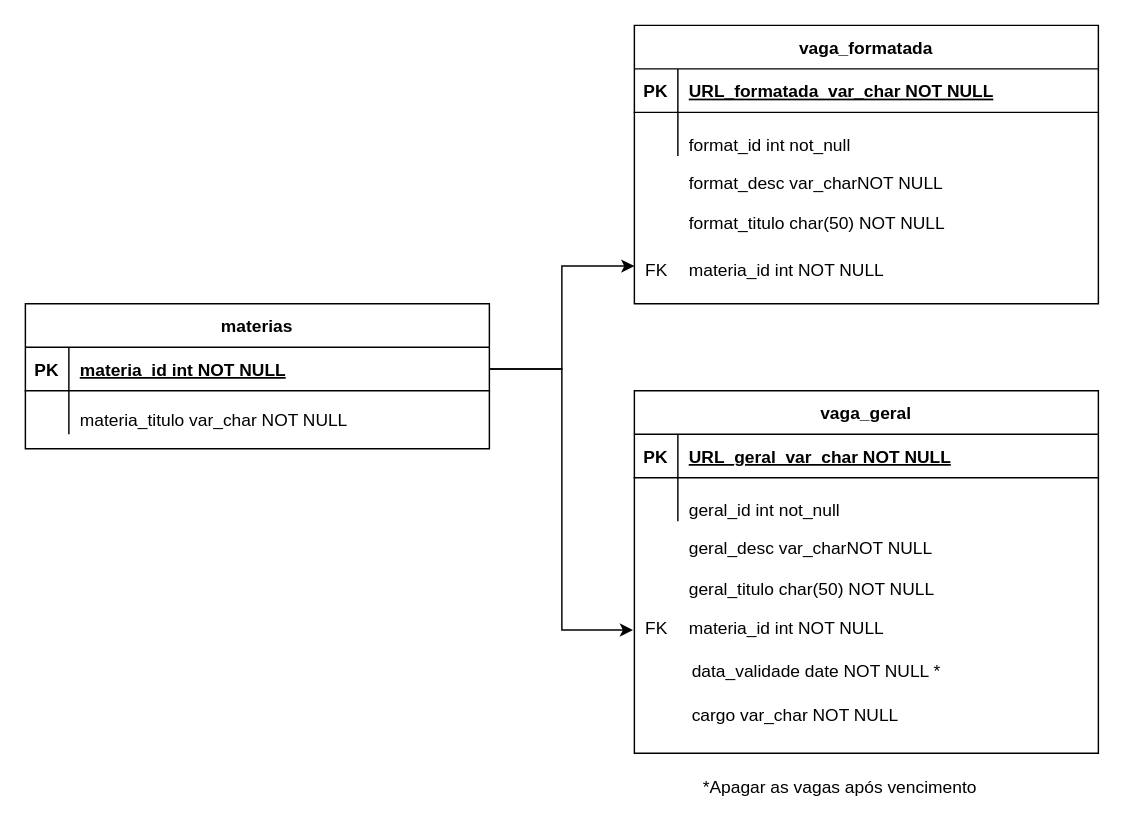
Before: page "MER" (1 of 4) of diagram/MER.drawio in YuriQueriquelli/fatec_tg, a draw.io diagram. Source tidied: cells renumbered, new cells numbered last; positions are measured from the earlier drawing's top-left corner, leaving out a move shared by most shapes. Both pictures are drawn from the tidied source at 145%, with x=0, y=0 at pixel (25, 25).
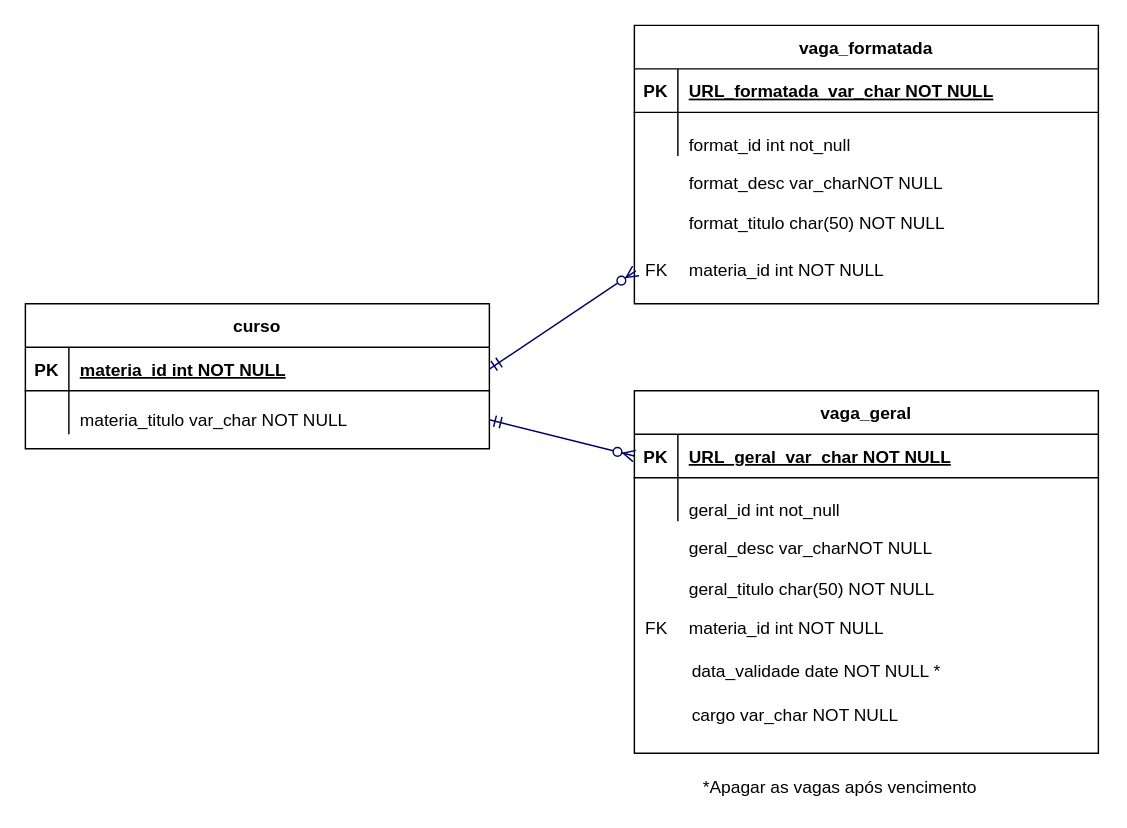
After the change.

The change refers to these unchanged cells:
```xml
<mxCell id="3" style="shape=partialRectangle;fillColor=none;points=[[0,0.5],[1,0.5]];portConstraint=eastwest;top=0;left=0;right=0;bottom=1;" parent="2" vertex="1">
  <mxGeometry y="30" width="320" height="30" as="geometry" />
</mxCell>
<mxCell id="23" style="shape=partialRectangle;fillColor=none;points=[[0,0.5],[1,0.5]];portConstraint=eastwest;top=0;left=0;right=0;bottom=1;" parent="22" vertex="1">
  <mxGeometry y="30" width="320" height="30" as="geometry" />
</mxCell>
<mxCell id="30" value="FK" style="text;html=1;align=center;verticalAlign=middle;points=[];strokeColor=none;" parent="1" vertex="1">
  <mxGeometry x="420" y="406" width="30" height="20" as="geometry" />
</mxCell>
<mxCell id="32" value="FK" style="text;html=1;align=center;verticalAlign=middle;points=[];strokeColor=none;" parent="1" vertex="1">
  <mxGeometry x="420" y="159" width="30" height="20" as="geometry" />
</mxCell>
```

The edit, as a diff of the source:
```diff
@@
-    <mxCell id="22" value="materias" style="shape=table;startSize=30;childLayout=tableLayout;rowLines=0;fontStyle=1;align=center;" parent="1" vertex="1">
+    <mxCell id="22" value="curso" style="shape=table;startSize=30;childLayout=tableLayout;rowLines=0;fontStyle=1;align=center;" parent="1" vertex="1">
       <mxGeometry y="192" width="320" height="100" as="geometry" />
     </mxCell>
@@
-    <mxCell id="33" style="edgeStyle=orthogonalEdgeStyle;rounded=0;jettySize=auto;html=1;exitX=1;exitY=0.5;exitDx=0;exitDy=0;entryX=0;entryY=0.35;entryDx=0;entryDy=0;entryPerimeter=0;" parent="1" edge="1" source="23" target="32">
-      <mxGeometry relative="1" as="geometry" />
-    </mxCell>
-    <mxCell id="34" style="edgeStyle=orthogonalEdgeStyle;rounded=0;jettySize=auto;html=1;exitX=1;exitY=0.5;exitDx=0;exitDy=0;entryX=-0.033;entryY=0.55;entryDx=0;entryDy=0;entryPerimeter=0;" parent="1" edge="1" source="23" target="30">
-      <mxGeometry relative="1" as="geometry" />
-    </mxCell>
@@
+    <mxCell id="33" style="edgeStyle=none;rounded=0;html=1;startArrow=ERmandOne;startFill=0;endArrow=ERzeroToMany;endFill=1;jettySize=auto;strokeColor=#000066;fontSize=13;entryX=0.033;entryY=0.517;entryDx=0;entryDy=0;entryPerimeter=0;exitX=1;exitY=0.5;exitDx=0;exitDy=0;" parent="1" edge="1" source="23" target="32">
+      <mxGeometry relative="1" as="geometry" />
+    </mxCell>
+    <mxCell id="39" style="edgeStyle=none;rounded=0;html=1;startArrow=ERmandOne;startFill=0;endArrow=ERzeroToMany;endFill=1;jettySize=auto;strokeColor=#000066;fontSize=13;entryX=0;entryY=0.5;entryDx=0;entryDy=0;" parent="1" edge="1" target="3">
+      <mxGeometry relative="1" as="geometry">
+        <mxPoint x="320" y="272" as="sourcePoint" />
+      </mxGeometry>
+    </mxCell>
```
